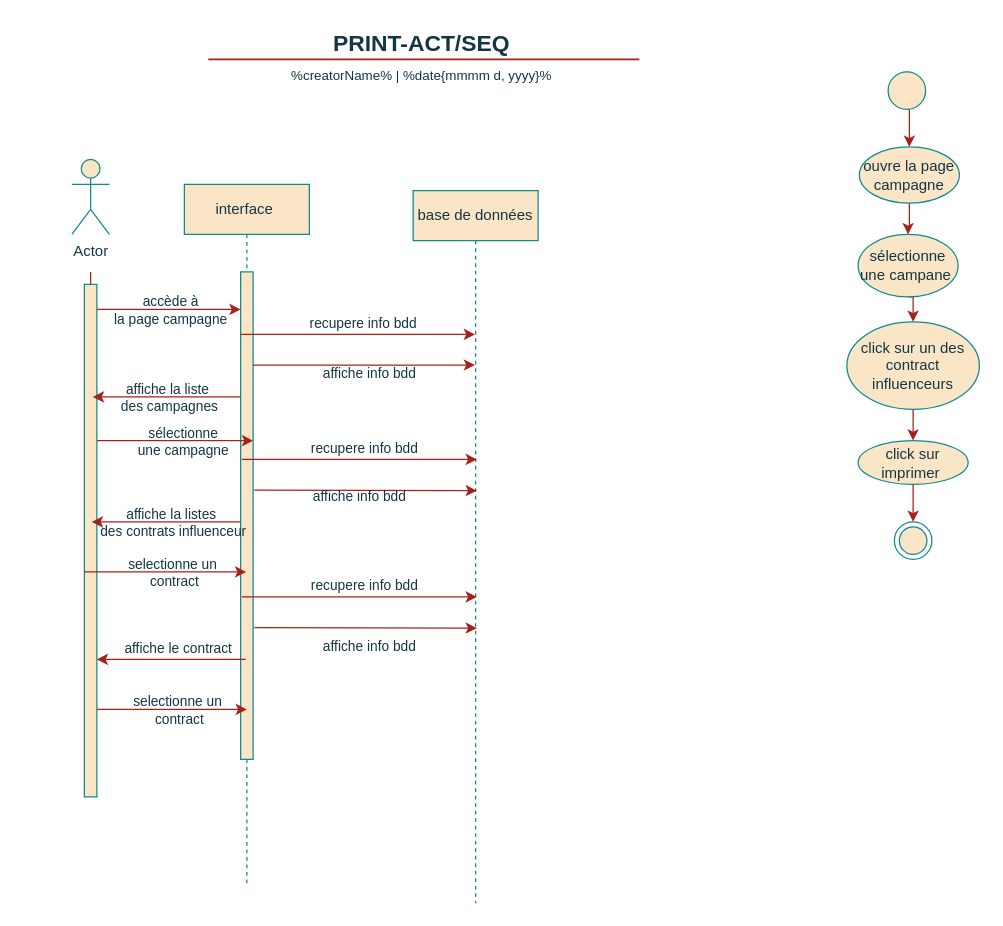
Earlier version of the draw.io diagram PRINT-act/seq.drawio (the-lyly/Spotlight-in). Source tidied: cells renumbered, new cells numbered last; positions are measured from the earlier drawing's top-left corner, leaving out a move shared by most shapes. Both pictures are drawn from the tidied source at 125%, with x=0, y=0 at pixel (21, 21).
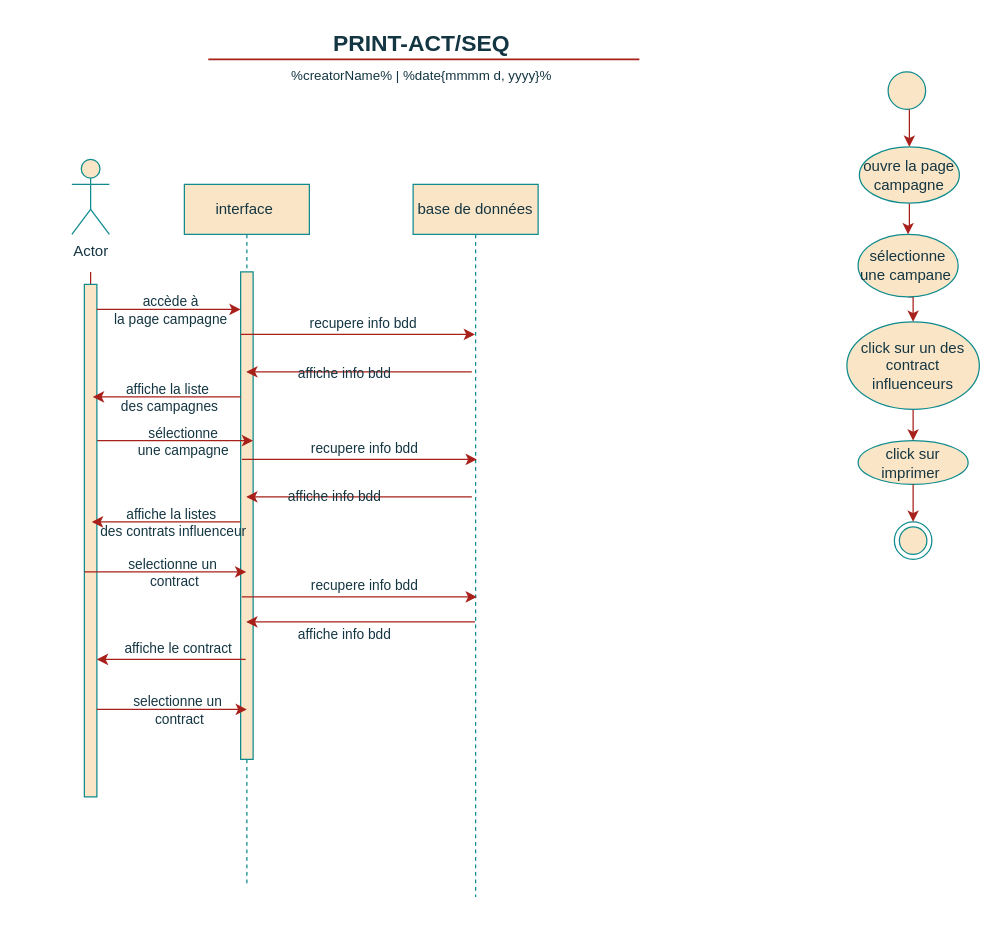
Above is the later version.

Commit message:
Mettre à jour PRINT-act/seq.drawio

Unchanged cells that the change refers to:
```xml
<mxCell id="13" value="interface&amp;nbsp;" style="shape=umlLifeline;perimeter=lifelinePerimeter;whiteSpace=wrap;html=1;outlineConnect=0;portConstraint=eastwest;newEdgeStyle={&quot;edgeStyle&quot;:&quot;elbowEdgeStyle&quot;,&quot;elbow&quot;:&quot;vertical&quot;,&quot;curved&quot;:0,&quot;rounded&quot;:0};labelBackgroundColor=none;fillColor=#FAE5C7;strokeColor=#0F8B8D;fontColor=#143642;" parent="1" vertex="1">
  <mxGeometry x="130" y="130" width="100" height="560" as="geometry" />
</mxCell>
```

The edit, as a diff of the source:
```diff
@@
     <mxCell id="12" value="base de données" style="shape=umlLifeline;perimeter=lifelinePerimeter;whiteSpace=wrap;html=1;outlineConnect=0;portConstraint=eastwest;newEdgeStyle={&quot;edgeStyle&quot;:&quot;elbowEdgeStyle&quot;,&quot;elbow&quot;:&quot;vertical&quot;,&quot;curved&quot;:0,&quot;rounded&quot;:0};labelBackgroundColor=none;fillColor=#FAE5C7;strokeColor=#0F8B8D;fontColor=#143642;" parent="1" vertex="1">
-      <mxGeometry x="313" y="135" width="100" height="570" as="geometry" />
+      <mxGeometry x="313" y="130" width="100" height="570" as="geometry" />
     </mxCell>
@@
-    <mxCell id="38" style="endArrow=classic;html=1;rounded=0;labelBackgroundColor=none;fontColor=default;strokeColor=#A8201A;" parent="1" edge="1" target="12">
+    <mxCell id="38" style="endArrow=classic;html=1;rounded=0;labelBackgroundColor=none;fontColor=default;strokeColor=#A8201A;" parent="1" edge="1" target="13">
       <mxGeometry relative="1" as="geometry">
-        <mxPoint x="185" y="274.5" as="sourcePoint" />
+        <mxPoint x="360" y="280" as="sourcePoint" />
       </mxGeometry>
     </mxCell>
@@
-    <mxCell id="44" style="endArrow=classic;html=1;rounded=0;labelBackgroundColor=none;fontColor=default;strokeColor=#A8201A;" parent="1" edge="1">
+    <mxCell id="44" style="endArrow=classic;html=1;rounded=0;labelBackgroundColor=none;fontColor=default;strokeColor=#A8201A;" parent="1" edge="1" target="13">
       <mxGeometry relative="1" as="geometry">
-        <mxPoint x="186" y="374.5" as="sourcePoint" />
-        <mxPoint x="364" y="375" as="targetPoint" />
+        <mxPoint x="360" y="380" as="sourcePoint" />
       </mxGeometry>
     </mxCell>
@@
-    <mxCell id="48" style="endArrow=classic;html=1;rounded=0;labelBackgroundColor=none;fontColor=default;strokeColor=#A8201A;" parent="1" edge="1">
+    <mxCell id="48" style="endArrow=classic;html=1;rounded=0;labelBackgroundColor=none;fontColor=default;strokeColor=#A8201A;" parent="1" edge="1" source="12" target="13">
       <mxGeometry relative="1" as="geometry">
-        <mxPoint x="186" y="484.5" as="sourcePoint" />
-        <mxPoint x="364" y="485" as="targetPoint" />
+        <Array as="points">
+          <mxPoint x="210" y="480" />
+        </Array>
       </mxGeometry>
     </mxCell>
```
